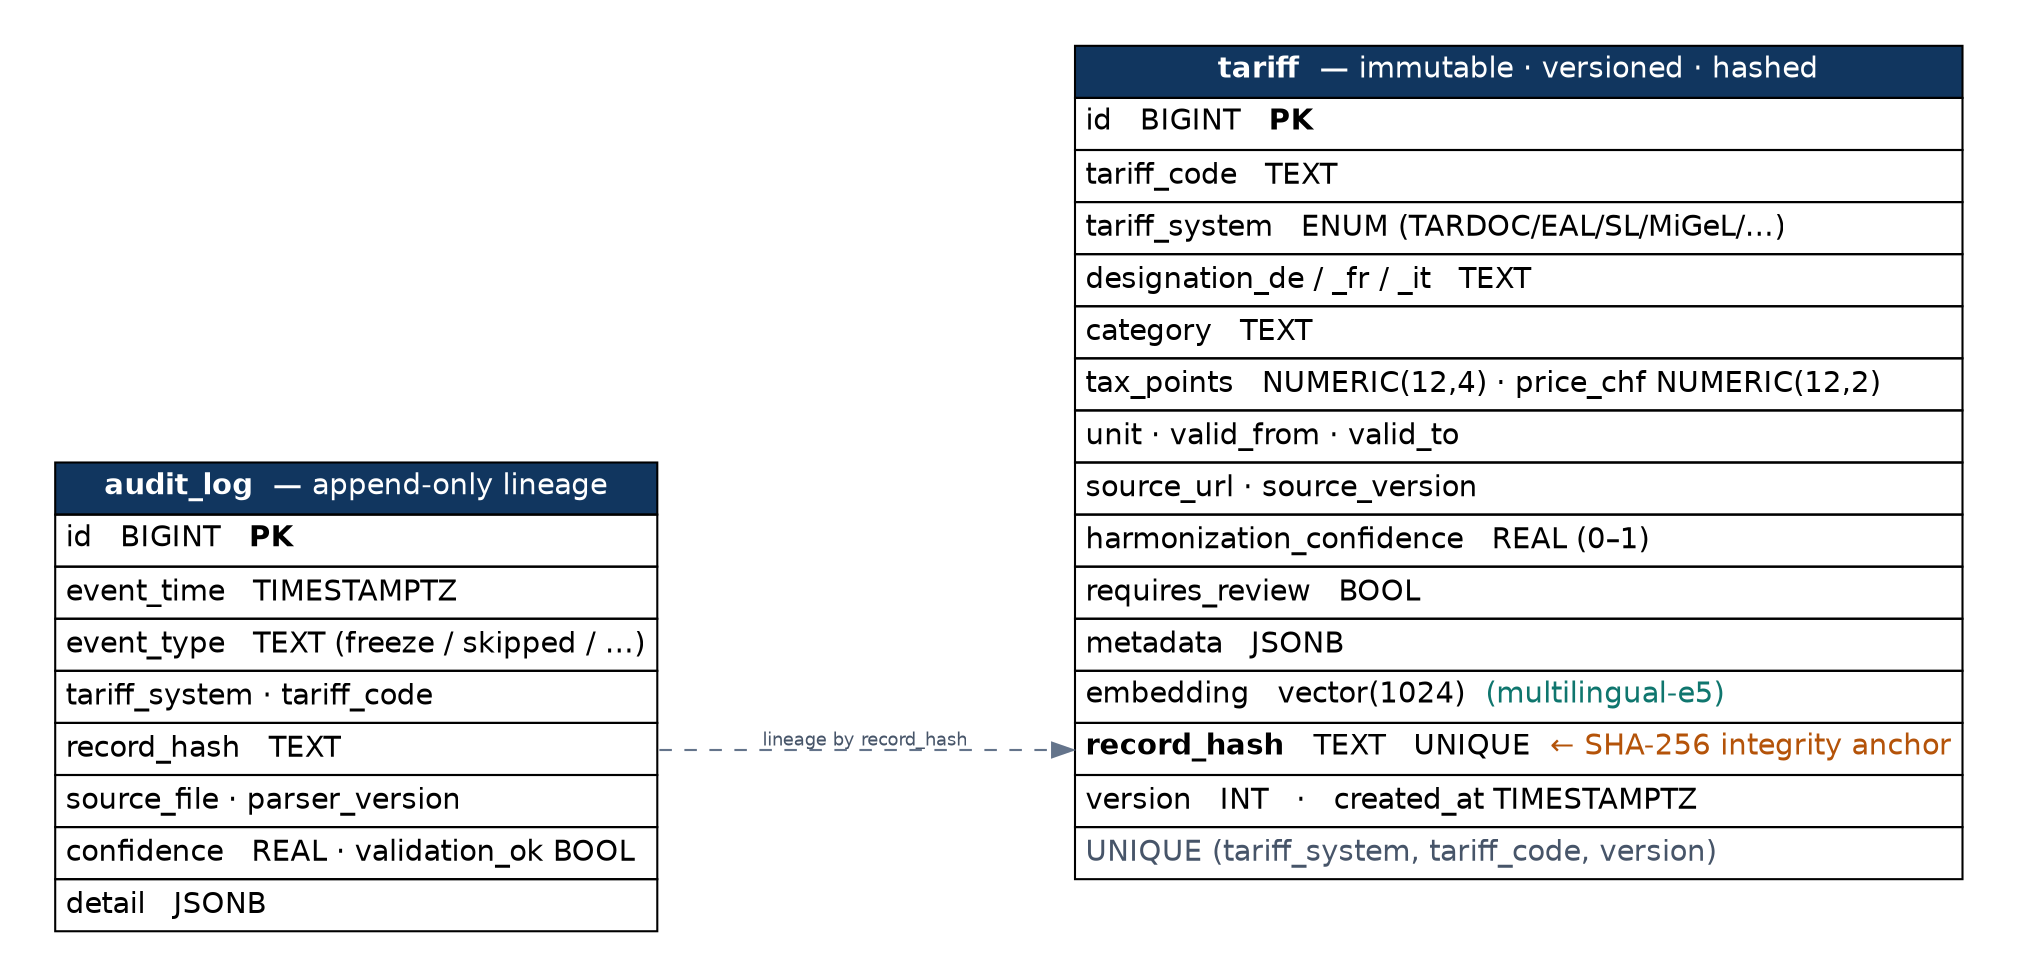
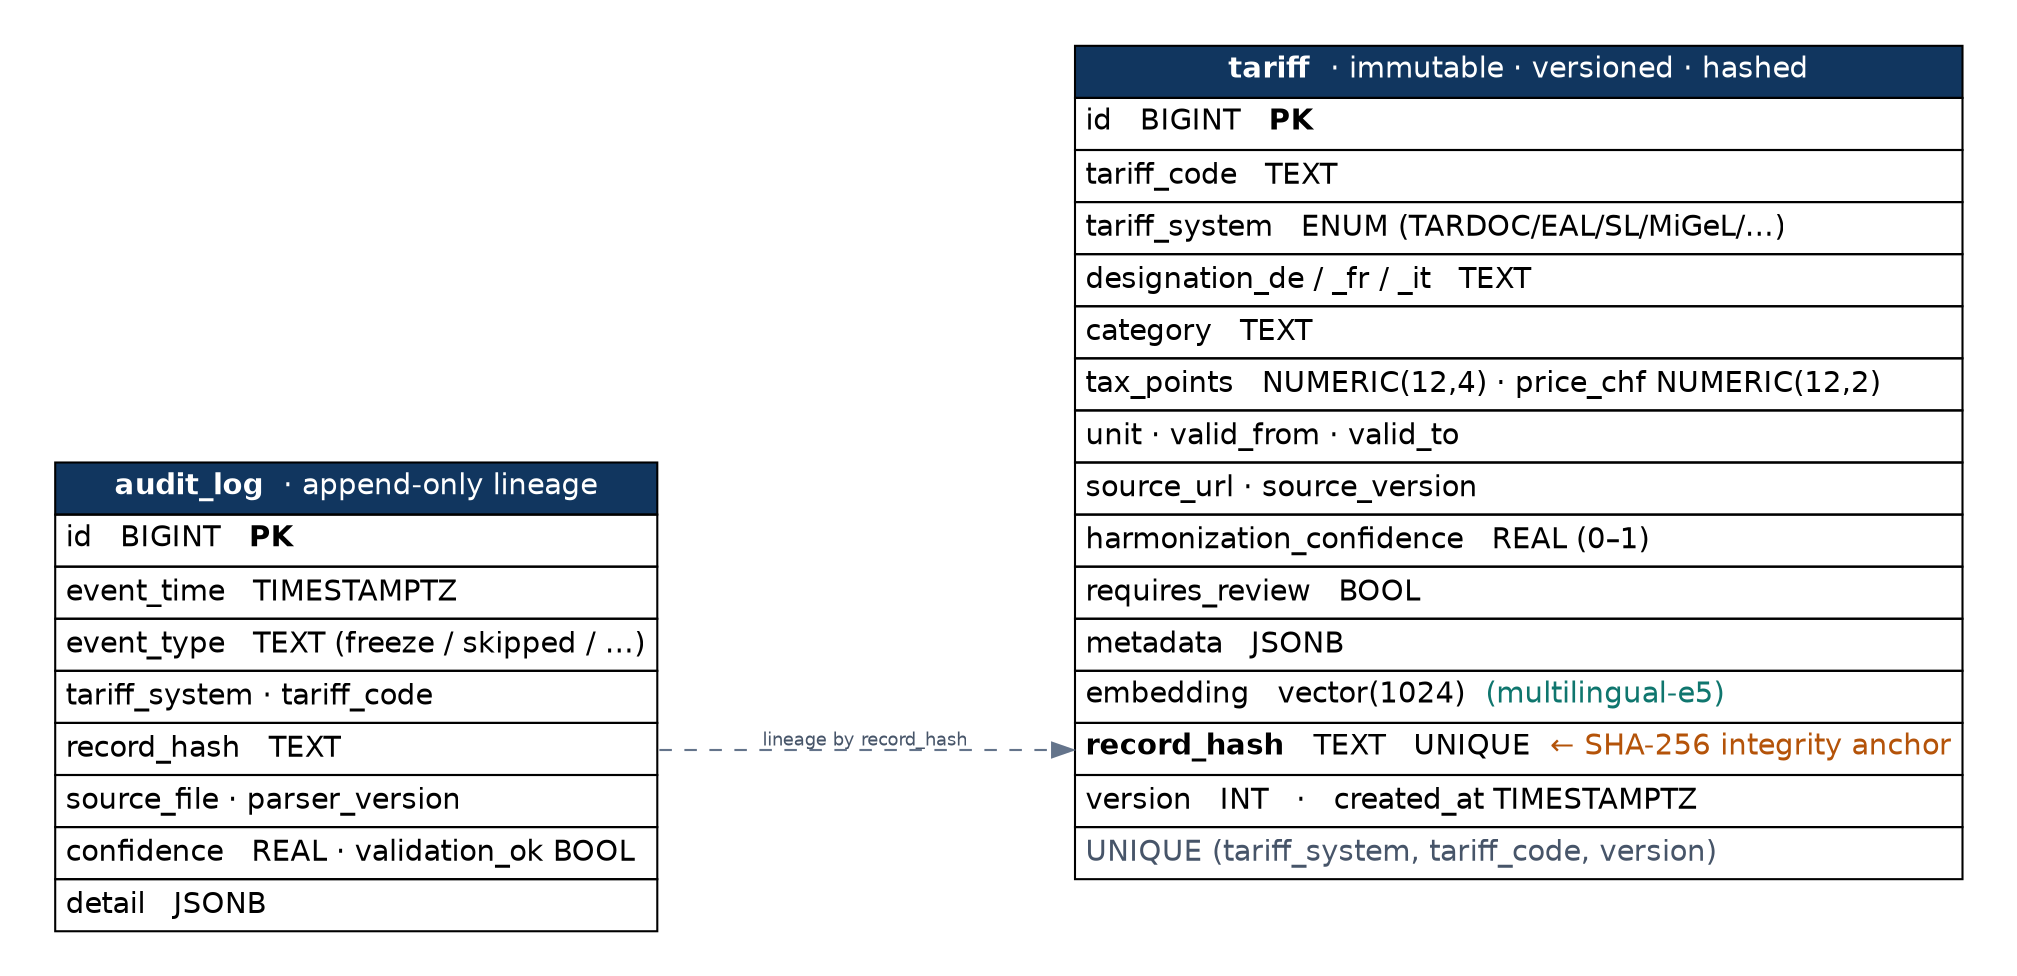

digraph er {
  graph [rankdir=LR, fontname="Helvetica", bgcolor="white", pad=0.25, nodesep=0.5, ranksep=1.2];
  node  [fontname="Helvetica", shape=plaintext];
  edge  [fontname="Helvetica", fontsize=8.5, color="#64748b", fontcolor="#475569"];

  tariff [label=<
   <table border="0" cellborder="1" cellspacing="0" cellpadding="4">
-    <tr><td bgcolor="#11365f" align="center"><font color="white"><b>tariff</b> &nbsp;— immutable · versioned · hashed</font></td></tr>
+    <tr><td bgcolor="#11365f" align="center"><font color="white"><b>tariff</b> &nbsp;· immutable · versioned · hashed</font></td></tr>
   <tr><td align="left">id &nbsp; BIGINT &nbsp; <b>PK</b></td></tr>
   <tr><td align="left">tariff_code &nbsp; TEXT</td></tr>
   <tr><td align="left">tariff_system &nbsp; ENUM (TARDOC/EAL/SL/MiGeL/…)</td></tr>
   <tr><td align="left">designation_de / _fr / _it &nbsp; TEXT</td></tr>
   <tr><td align="left">category &nbsp; TEXT</td></tr>
   <tr><td align="left">tax_points &nbsp; NUMERIC(12,4) · price_chf NUMERIC(12,2)</td></tr>
   <tr><td align="left">unit · valid_from · valid_to</td></tr>
   <tr><td align="left">source_url · source_version</td></tr>
   <tr><td align="left">harmonization_confidence &nbsp; REAL (0–1)</td></tr>
   <tr><td align="left">requires_review &nbsp; BOOL</td></tr>
   <tr><td align="left">metadata &nbsp; JSONB</td></tr>
   <tr><td align="left">embedding &nbsp; vector(1024) &nbsp;<font color="#0f766e">(multilingual-e5)</font></td></tr>
   <tr><td align="left" port="hash"><b>record_hash</b> &nbsp; TEXT &nbsp; UNIQUE &nbsp;<font color="#b45309">← SHA-256 integrity anchor</font></td></tr>
   <tr><td align="left">version &nbsp; INT &nbsp; · &nbsp; created_at TIMESTAMPTZ</td></tr>
   <tr><td align="left"><font color="#475569">UNIQUE (tariff_system, tariff_code, version)</font></td></tr>
   </table>>];

  audit [label=<
   <table border="0" cellborder="1" cellspacing="0" cellpadding="4">
-    <tr><td bgcolor="#11365f" align="center"><font color="white"><b>audit_log</b> &nbsp;— append-only lineage</font></td></tr>
+    <tr><td bgcolor="#11365f" align="center"><font color="white"><b>audit_log</b> &nbsp;· append-only lineage</font></td></tr>
   <tr><td align="left">id &nbsp; BIGINT &nbsp; <b>PK</b></td></tr>
   <tr><td align="left">event_time &nbsp; TIMESTAMPTZ</td></tr>
   <tr><td align="left">event_type &nbsp; TEXT (freeze / skipped / …)</td></tr>
   <tr><td align="left">tariff_system · tariff_code</td></tr>
   <tr><td align="left" port="hash">record_hash &nbsp; TEXT</td></tr>
   <tr><td align="left">source_file · parser_version</td></tr>
   <tr><td align="left">confidence &nbsp; REAL · validation_ok BOOL</td></tr>
   <tr><td align="left">detail &nbsp; JSONB</td></tr>
   </table>>];

  audit:hash -> tariff:hash [label="lineage by record_hash", style=dashed];
}
